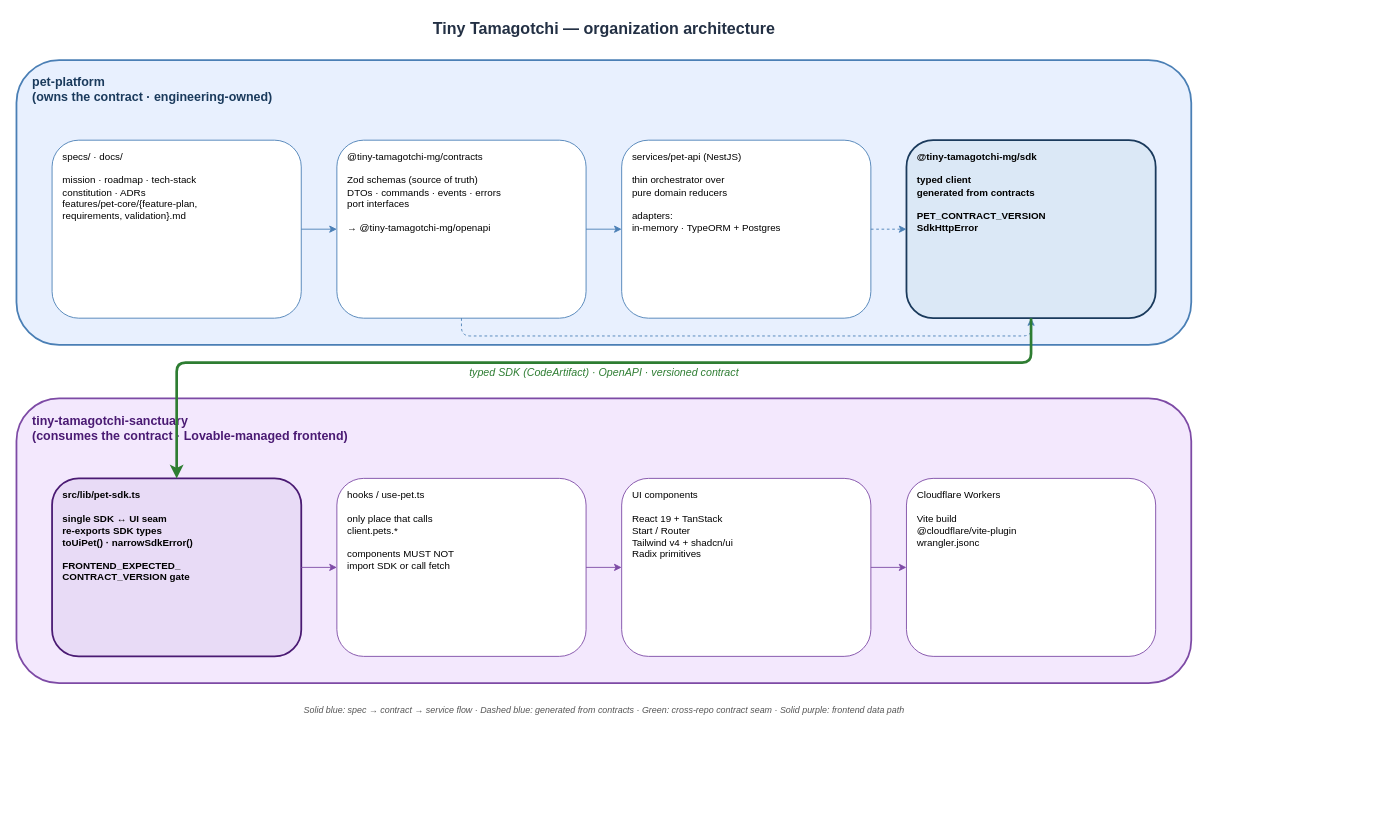
This is profile/assets/architecture.drawio from tiny-tamagotchi/.github, a draw.io file, before an edit. Source tidied: cells renumbered, new cells numbered last; positions are measured from the earlier drawing's top-left corner, leaving out a move shared by most shapes. Both pictures are drawn from the tidied source at 89%, with x=0, y=0 at pixel (16, 15).
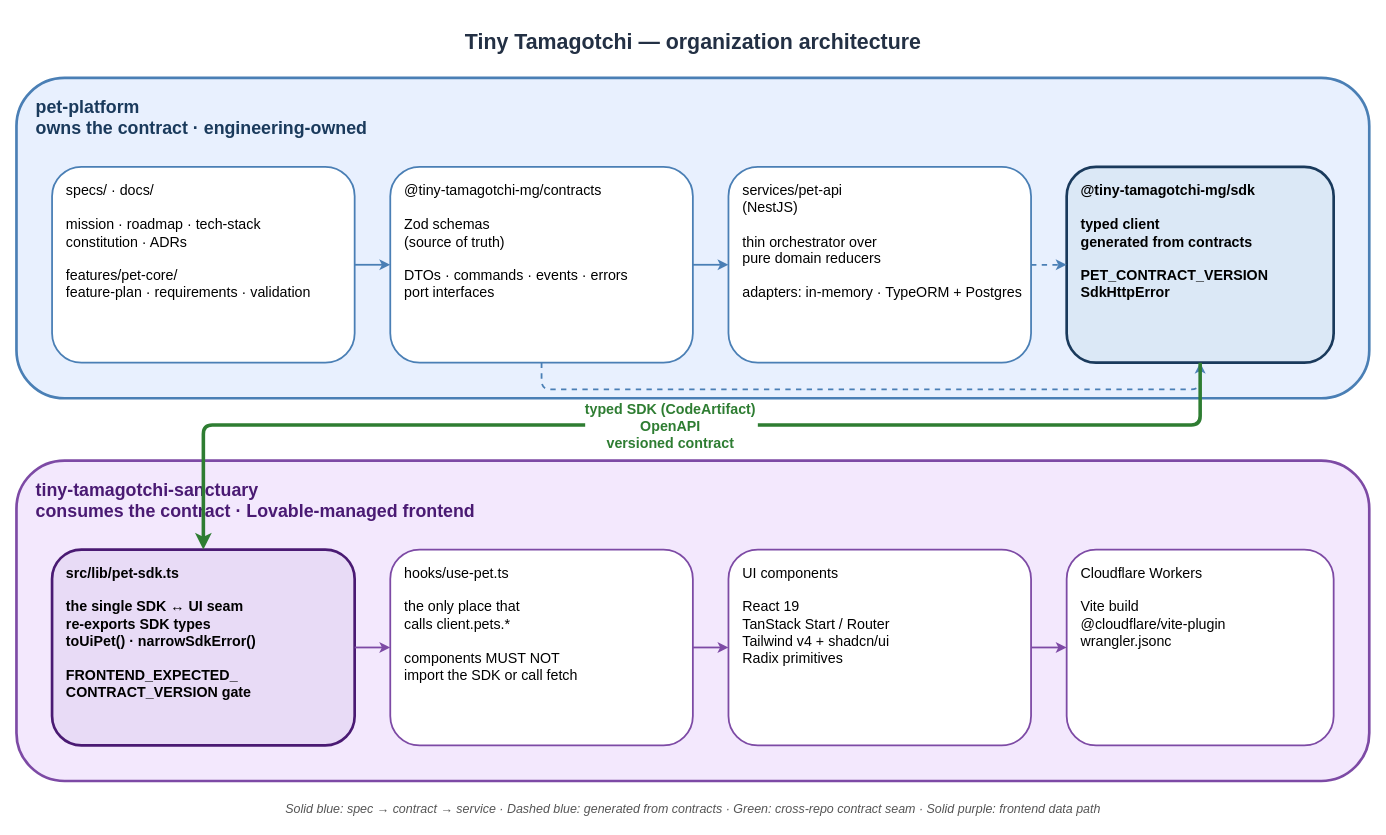
Above is the later version.

Commit message (it also covers changes not shown here):
Make architecture diagram legible in org profile (#2)

What changed in the source:
```diff
@@
-    <mxCell id="2" value="Tiny Tamagotchi — organization architecture" style="text;html=1;align=center;verticalAlign=middle;fontSize=18;fontStyle=1;fontColor=#233044;" parent="1" vertex="1">
-      <mxGeometry width="1320" height="30" as="geometry" />
+    <mxCell id="2" value="Tiny Tamagotchi — organization architecture" style="text;html=1;align=center;verticalAlign=middle;fontSize=24;fontStyle=1;fontColor=#233044;" parent="1" vertex="1">
+      <mxGeometry y="10" width="1520" height="40" as="geometry" />
     </mxCell>
-    <mxCell id="3" value="pet-platform&#10;(owns the contract · engineering-owned)" style="rounded=1;whiteSpace=wrap;html=1;fillColor=#e8f0fe;strokeColor=#4a7fb5;strokeWidth=2;verticalAlign=top;fontStyle=1;fontSize=14;fontColor=#1a3a5c;align=left;spacingLeft=16;spacingTop=10;" parent="1" vertex="1">
-      <mxGeometry y="50" width="1320" height="320" as="geometry" />
+    <mxCell id="3" value="pet-platform&#10;owns the contract  ·  engineering-owned" style="rounded=1;whiteSpace=wrap;html=1;fillColor=#e8f0fe;strokeColor=#4a7fb5;strokeWidth=3;verticalAlign=top;fontStyle=1;fontSize=20;fontColor=#1a3a5c;align=left;spacingLeft=20;spacingTop=14;" parent="1" vertex="1">
+      <mxGeometry y="70" width="1520" height="360" as="geometry" />
     </mxCell>
-    <mxCell id="4" value="specs/ · docs/&#10;&#10;mission · roadmap · tech-stack&#10;constitution · ADRs&#10;features/pet-core/{feature-plan,&#10;requirements, validation}.md" style="rounded=1;whiteSpace=wrap;html=1;fillColor=#ffffff;strokeColor=#4a7fb5;fontSize=11;align=left;spacingLeft=10;spacingTop=6;verticalAlign=top;fontStyle=0;" parent="1" vertex="1">
-      <mxGeometry x="40" y="140" width="280" height="200" as="geometry" />
+    <mxCell id="4" value="specs/ · docs/&#10;&#10;mission · roadmap · tech-stack&#10;constitution · ADRs&#10;&#10;features/pet-core/&#10;feature-plan · requirements · validation" style="rounded=1;whiteSpace=wrap;html=1;fillColor=#ffffff;strokeColor=#4a7fb5;strokeWidth=2;fontSize=16;align=left;spacingLeft=14;spacingTop=10;verticalAlign=top;fontStyle=0;" parent="1" vertex="1">
+      <mxGeometry x="40" y="170" width="340" height="220" as="geometry" />
     </mxCell>
-    <mxCell id="5" value="@tiny-tamagotchi-mg/contracts&#10;&#10;Zod schemas (source of truth)&#10;DTOs · commands · events · errors&#10;port interfaces&#10;&#10;→ @tiny-tamagotchi-mg/openapi" style="rounded=1;whiteSpace=wrap;html=1;fillColor=#ffffff;strokeColor=#4a7fb5;fontSize=11;align=left;spacingLeft=10;spacingTop=6;verticalAlign=top;fontStyle=0;" parent="1" vertex="1">
-      <mxGeometry x="360" y="140" width="280" height="200" as="geometry" />
+    <mxCell id="5" value="@tiny-tamagotchi-mg/contracts&#10;&#10;Zod schemas&#10;(source of truth)&#10;&#10;DTOs · commands · events · errors&#10;port interfaces" style="rounded=1;whiteSpace=wrap;html=1;fillColor=#ffffff;strokeColor=#4a7fb5;strokeWidth=2;fontSize=16;align=left;spacingLeft=14;spacingTop=10;verticalAlign=top;fontStyle=0;" parent="1" vertex="1">
+      <mxGeometry x="420" y="170" width="340" height="220" as="geometry" />
     </mxCell>
-    <mxCell id="6" value="services/pet-api (NestJS)&#10;&#10;thin orchestrator over&#10;pure domain reducers&#10;&#10;adapters:&#10;  in-memory · TypeORM + Postgres" style="rounded=1;whiteSpace=wrap;html=1;fillColor=#ffffff;strokeColor=#4a7fb5;fontSize=11;align=left;spacingLeft=10;spacingTop=6;verticalAlign=top;fontStyle=0;" parent="1" vertex="1">
-      <mxGeometry x="680" y="140" width="280" height="200" as="geometry" />
+    <mxCell id="6" value="services/pet-api&#10;(NestJS)&#10;&#10;thin orchestrator over&#10;pure domain reducers&#10;&#10;adapters: in-memory · TypeORM + Postgres" style="rounded=1;whiteSpace=wrap;html=1;fillColor=#ffffff;strokeColor=#4a7fb5;strokeWidth=2;fontSize=16;align=left;spacingLeft=14;spacingTop=10;verticalAlign=top;fontStyle=0;" parent="1" vertex="1">
+      <mxGeometry x="800" y="170" width="340" height="220" as="geometry" />
     </mxCell>
-    <mxCell id="7" value="@tiny-tamagotchi-mg/sdk&#10;&#10;typed client&#10;generated from contracts&#10;&#10;PET_CONTRACT_VERSION&#10;SdkHttpError" style="rounded=1;whiteSpace=wrap;html=1;fillColor=#dbe8f6;strokeColor=#1a3a5c;strokeWidth=2;fontSize=11;align=left;spacingLeft=10;spacingTop=6;verticalAlign=top;fontStyle=1;" parent="1" vertex="1">
-      <mxGeometry x="1000" y="140" width="280" height="200" as="geometry" />
+    <mxCell id="7" value="@tiny-tamagotchi-mg/sdk&#10;&#10;typed client&#10;generated from contracts&#10;&#10;PET_CONTRACT_VERSION&#10;SdkHttpError" style="rounded=1;whiteSpace=wrap;html=1;fillColor=#dbe8f6;strokeColor=#1a3a5c;strokeWidth=3;fontSize=16;align=left;spacingLeft=14;spacingTop=10;verticalAlign=top;fontStyle=1;" parent="1" vertex="1">
+      <mxGeometry x="1180" y="170" width="300" height="220" as="geometry" />
     </mxCell>
-    <mxCell id="8" value="typed SDK (CodeArtifact)  ·  OpenAPI  ·  versioned contract" style="text;html=1;align=center;verticalAlign=middle;fontSize=12;fontStyle=2;fontColor=#2e7d32;" parent="1" vertex="1">
-      <mxGeometry y="390" width="1320" height="24" as="geometry" />
-    </mxCell>
-    <mxCell id="9" value="tiny-tamagotchi-sanctuary&#10;(consumes the contract · Lovable-managed frontend)" style="rounded=1;whiteSpace=wrap;html=1;fillColor=#f3e8fd;strokeColor=#7d4aa5;strokeWidth=2;verticalAlign=top;fontStyle=1;fontSize=14;fontColor=#4a1a73;align=left;spacingLeft=16;spacingTop=10;" parent="1" vertex="1">
-      <mxGeometry y="430" width="1320" height="320" as="geometry" />
+    <mxCell id="9" value="tiny-tamagotchi-sanctuary&#10;consumes the contract  ·  Lovable-managed frontend" style="rounded=1;whiteSpace=wrap;html=1;fillColor=#f3e8fd;strokeColor=#7d4aa5;strokeWidth=3;verticalAlign=top;fontStyle=1;fontSize=20;fontColor=#4a1a73;align=left;spacingLeft=20;spacingTop=14;" parent="1" vertex="1">
+      <mxGeometry y="500" width="1520" height="360" as="geometry" />
     </mxCell>
-    <mxCell id="10" value="src/lib/pet-sdk.ts&#10;&#10;single SDK ↔ UI seam&#10;re-exports SDK types&#10;toUiPet() · narrowSdkError()&#10;&#10;FRONTEND_EXPECTED_&#10;CONTRACT_VERSION gate" style="rounded=1;whiteSpace=wrap;html=1;fillColor=#e8dbf6;strokeColor=#4a1a73;strokeWidth=2;fontSize=11;align=left;spacingLeft=10;spacingTop=6;verticalAlign=top;fontStyle=1;" parent="1" vertex="1">
-      <mxGeometry x="40" y="520" width="280" height="200" as="geometry" />
+    <mxCell id="10" value="src/lib/pet-sdk.ts&#10;&#10;the single SDK ↔ UI seam&#10;re-exports SDK types&#10;toUiPet() · narrowSdkError()&#10;&#10;FRONTEND_EXPECTED_&#10;CONTRACT_VERSION gate" style="rounded=1;whiteSpace=wrap;html=1;fillColor=#e8dbf6;strokeColor=#4a1a73;strokeWidth=3;fontSize=16;align=left;spacingLeft=14;spacingTop=10;verticalAlign=top;fontStyle=1;" parent="1" vertex="1">
+      <mxGeometry x="40" y="600" width="340" height="220" as="geometry" />
     </mxCell>
-    <mxCell id="11" value="hooks / use-pet.ts&#10;&#10;only place that calls&#10;client.pets.*&#10;&#10;components MUST NOT&#10;import SDK or call fetch" style="rounded=1;whiteSpace=wrap;html=1;fillColor=#ffffff;strokeColor=#7d4aa5;fontSize=11;align=left;spacingLeft=10;spacingTop=6;verticalAlign=top;fontStyle=0;" parent="1" vertex="1">
-      <mxGeometry x="360" y="520" width="280" height="200" as="geometry" />
+    <mxCell id="11" value="hooks/use-pet.ts&#10;&#10;the only place that&#10;calls client.pets.*&#10;&#10;components MUST NOT&#10;import the SDK or call fetch" style="rounded=1;whiteSpace=wrap;html=1;fillColor=#ffffff;strokeColor=#7d4aa5;strokeWidth=2;fontSize=16;align=left;spacingLeft=14;spacingTop=10;verticalAlign=top;fontStyle=0;" parent="1" vertex="1">
+      <mxGeometry x="420" y="600" width="340" height="220" as="geometry" />
     </mxCell>
-    <mxCell id="12" value="UI components&#10;&#10;React 19 + TanStack&#10;Start / Router&#10;Tailwind v4 + shadcn/ui&#10;Radix primitives" style="rounded=1;whiteSpace=wrap;html=1;fillColor=#ffffff;strokeColor=#7d4aa5;fontSize=11;align=left;spacingLeft=10;spacingTop=6;verticalAlign=top;fontStyle=0;" parent="1" vertex="1">
-      <mxGeometry x="680" y="520" width="280" height="200" as="geometry" />
+    <mxCell id="12" value="UI components&#10;&#10;React 19&#10;TanStack Start / Router&#10;Tailwind v4 + shadcn/ui&#10;Radix primitives" style="rounded=1;whiteSpace=wrap;html=1;fillColor=#ffffff;strokeColor=#7d4aa5;strokeWidth=2;fontSize=16;align=left;spacingLeft=14;spacingTop=10;verticalAlign=top;fontStyle=0;" parent="1" vertex="1">
+      <mxGeometry x="800" y="600" width="340" height="220" as="geometry" />
     </mxCell>
-    <mxCell id="13" value="Cloudflare Workers&#10;&#10;Vite build&#10;@cloudflare/vite-plugin&#10;wrangler.jsonc" style="rounded=1;whiteSpace=wrap;html=1;fillColor=#ffffff;strokeColor=#7d4aa5;fontSize=11;align=left;spacingLeft=10;spacingTop=6;verticalAlign=top;fontStyle=0;" parent="1" vertex="1">
-      <mxGeometry x="1000" y="520" width="280" height="200" as="geometry" />
+    <mxCell id="13" value="Cloudflare Workers&#10;&#10;Vite build&#10;@cloudflare/vite-plugin&#10;wrangler.jsonc" style="rounded=1;whiteSpace=wrap;html=1;fillColor=#ffffff;strokeColor=#7d4aa5;strokeWidth=2;fontSize=16;align=left;spacingLeft=14;spacingTop=10;verticalAlign=top;fontStyle=0;" parent="1" vertex="1">
+      <mxGeometry x="1180" y="600" width="300" height="220" as="geometry" />
     </mxCell>
-    <mxCell id="14" style="edgeStyle=orthogonalEdgeStyle;rounded=1;jettySize=20;endArrow=classic;exitX=1;exitY=0.5;exitDx=0;exitDy=0;entryX=0;entryY=0.5;entryDx=0;entryDy=0;strokeColor=#4a7fb5;" parent="1" edge="1" source="4" target="5">
+    <mxCell id="14" style="edgeStyle=orthogonalEdgeStyle;rounded=1;jettySize=20;endArrow=classic;exitX=1;exitY=0.5;exitDx=0;exitDy=0;entryX=0;entryY=0.5;entryDx=0;entryDy=0;strokeColor=#4a7fb5;strokeWidth=2;" parent="1" edge="1" source="4" target="5">
       <mxGeometry relative="1" as="geometry" />
     </mxCell>
-    <mxCell id="15" style="edgeStyle=orthogonalEdgeStyle;rounded=1;jettySize=20;endArrow=classic;exitX=1;exitY=0.5;exitDx=0;exitDy=0;entryX=0;entryY=0.5;entryDx=0;entryDy=0;strokeColor=#4a7fb5;" parent="1" edge="1" source="5" target="6">
+    <mxCell id="15" style="edgeStyle=orthogonalEdgeStyle;rounded=1;jettySize=20;endArrow=classic;exitX=1;exitY=0.5;exitDx=0;exitDy=0;entryX=0;entryY=0.5;entryDx=0;entryDy=0;strokeColor=#4a7fb5;strokeWidth=2;" parent="1" edge="1" source="5" target="6">
       <mxGeometry relative="1" as="geometry" />
     </mxCell>
+    <mxCell id="17" style="edgeStyle=orthogonalEdgeStyle;rounded=1;jettySize=20;endArrow=classic;exitX=1;exitY=0.5;exitDx=0;exitDy=0;entryX=0;entryY=0.5;entryDx=0;entryDy=0;strokeColor=#4a7fb5;strokeWidth=2;dashed=1;" parent="1" edge="1" source="6" target="7">
+      <mxGeometry relative="1" as="geometry" />
+    </mxCell>
-    <mxCell id="16" style="edgeStyle=orthogonalEdgeStyle;rounded=1;jettySize=20;endArrow=classic;exitX=0.5;exitY=1;exitDx=0;exitDy=0;entryX=0.5;entryY=1;entryDx=0;entryDy=0;strokeColor=#4a7fb5;dashed=1;" parent="1" edge="1" source="5" target="7">
+    <mxCell id="16" style="edgeStyle=orthogonalEdgeStyle;rounded=1;jettySize=20;endArrow=classic;exitX=0.5;exitY=1;exitDx=0;exitDy=0;entryX=0.5;entryY=1;entryDx=0;entryDy=0;strokeColor=#4a7fb5;strokeWidth=2;dashed=1;" parent="1" edge="1" source="5" target="7">
       <mxGeometry relative="1" as="geometry">
         <Array as="points">
-          <mxPoint x="500" y="360" />
-          <mxPoint x="1140" y="360" />
+          <mxPoint x="590" y="420" />
+          <mxPoint x="1330" y="420" />
         </Array>
       </mxGeometry>
     </mxCell>
-    <mxCell id="17" style="edgeStyle=orthogonalEdgeStyle;rounded=1;jettySize=20;endArrow=classic;exitX=1;exitY=0.5;exitDx=0;exitDy=0;entryX=0;entryY=0.5;entryDx=0;entryDy=0;strokeColor=#4a7fb5;dashed=1;" parent="1" edge="1" source="6" target="7">
-      <mxGeometry relative="1" as="geometry" />
-    </mxCell>
-    <mxCell id="18" style="edgeStyle=orthogonalEdgeStyle;rounded=1;jettySize=20;endArrow=classic;exitX=1;exitY=0.5;exitDx=0;exitDy=0;entryX=0;entryY=0.5;entryDx=0;entryDy=0;strokeColor=#7d4aa5;" parent="1" edge="1" source="10" target="11">
+    <mxCell id="18" style="edgeStyle=orthogonalEdgeStyle;rounded=1;jettySize=20;endArrow=classic;exitX=1;exitY=0.5;exitDx=0;exitDy=0;entryX=0;entryY=0.5;entryDx=0;entryDy=0;strokeColor=#7d4aa5;strokeWidth=2;" parent="1" edge="1" source="10" target="11">
       <mxGeometry relative="1" as="geometry" />
     </mxCell>
-    <mxCell id="19" style="edgeStyle=orthogonalEdgeStyle;rounded=1;jettySize=20;endArrow=classic;exitX=1;exitY=0.5;exitDx=0;exitDy=0;entryX=0;entryY=0.5;entryDx=0;entryDy=0;strokeColor=#7d4aa5;" parent="1" edge="1" source="11" target="12">
+    <mxCell id="19" style="edgeStyle=orthogonalEdgeStyle;rounded=1;jettySize=20;endArrow=classic;exitX=1;exitY=0.5;exitDx=0;exitDy=0;entryX=0;entryY=0.5;entryDx=0;entryDy=0;strokeColor=#7d4aa5;strokeWidth=2;" parent="1" edge="1" source="11" target="12">
       <mxGeometry relative="1" as="geometry" />
     </mxCell>
-    <mxCell id="20" style="edgeStyle=orthogonalEdgeStyle;rounded=1;jettySize=20;endArrow=classic;exitX=1;exitY=0.5;exitDx=0;exitDy=0;entryX=0;entryY=0.5;entryDx=0;entryDy=0;strokeColor=#7d4aa5;" parent="1" edge="1" source="12" target="13">
+    <mxCell id="20" style="edgeStyle=orthogonalEdgeStyle;rounded=1;jettySize=20;endArrow=classic;exitX=1;exitY=0.5;exitDx=0;exitDy=0;entryX=0;entryY=0.5;entryDx=0;entryDy=0;strokeColor=#7d4aa5;strokeWidth=2;" parent="1" edge="1" source="12" target="13">
       <mxGeometry relative="1" as="geometry" />
     </mxCell>
-    <mxCell id="21" style="edgeStyle=orthogonalEdgeStyle;rounded=1;jettySize=20;endArrow=classic;endFill=1;exitX=0.5;exitY=1;exitDx=0;exitDy=0;entryX=0.5;entryY=0;entryDx=0;entryDy=0;strokeColor=#2e7d32;strokeWidth=3;" parent="1" edge="1" source="7" target="10">
+    <mxCell id="21" value="typed SDK (CodeArtifact)&#10;OpenAPI&#10;versioned contract" style="edgeStyle=orthogonalEdgeStyle;rounded=1;jettySize=20;endArrow=classic;endFill=1;exitX=0.5;exitY=1;exitDx=0;exitDy=0;entryX=0.5;entryY=0;entryDx=0;entryDy=0;strokeColor=#2e7d32;strokeWidth=4;fontSize=16;fontColor=#2e7d32;fontStyle=1;labelBackgroundColor=#ffffff;" parent="1" edge="1" source="7" target="10">
       <mxGeometry relative="1" as="geometry">
         <Array as="points">
-          <mxPoint x="1140" y="390" />
-          <mxPoint x="180" y="390" />
+          <mxPoint x="1330" y="460" />
+          <mxPoint x="210" y="460" />
         </Array>
       </mxGeometry>
     </mxCell>
-    <mxCell id="22" value="Solid blue: spec → contract → service flow    ·    Dashed blue: generated from contracts    ·    Green: cross-repo contract seam    ·    Solid purple: frontend data path" style="text;html=1;align=center;verticalAlign=middle;fontSize=10;fontColor=#555555;fontStyle=2;" parent="1" vertex="1">
-      <mxGeometry y="770" width="1320" height="20" as="geometry" />
+    <mxCell id="22" value="Solid blue: spec → contract → service  ·  Dashed blue: generated from contracts  ·  Green: cross-repo contract seam  ·  Solid purple: frontend data path" style="text;html=1;align=center;verticalAlign=middle;fontSize=14;fontColor=#555555;fontStyle=2;" parent="1" vertex="1">
+      <mxGeometry y="880" width="1520" height="24" as="geometry" />
     </mxCell>
```
